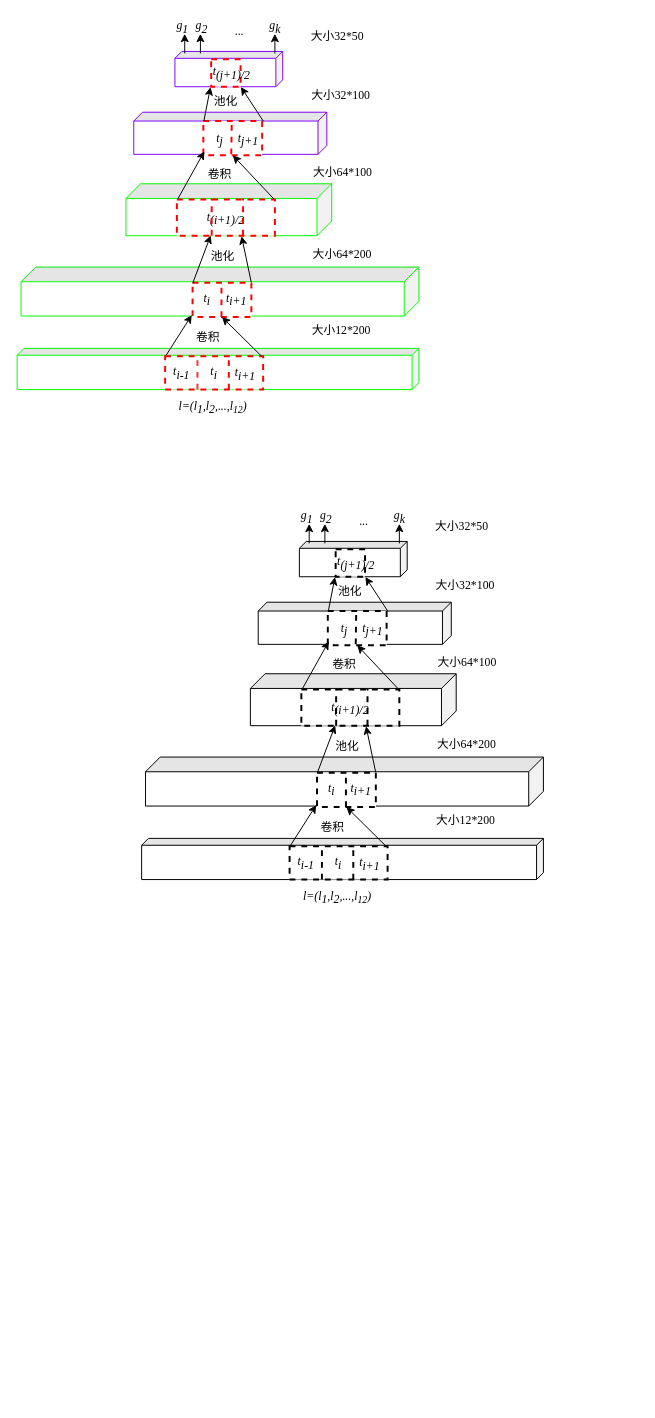
Before: 一维卷积.drawio in ByronGe/ff, a draw.io diagram. Source tidied: cells renumbered, new cells numbered last; positions are measured from the earlier drawing's top-left corner, leaving out a move shared by most shapes. Both pictures are drawn from the tidied source at 98%, with x=0, y=0 at pixel (17, 17).
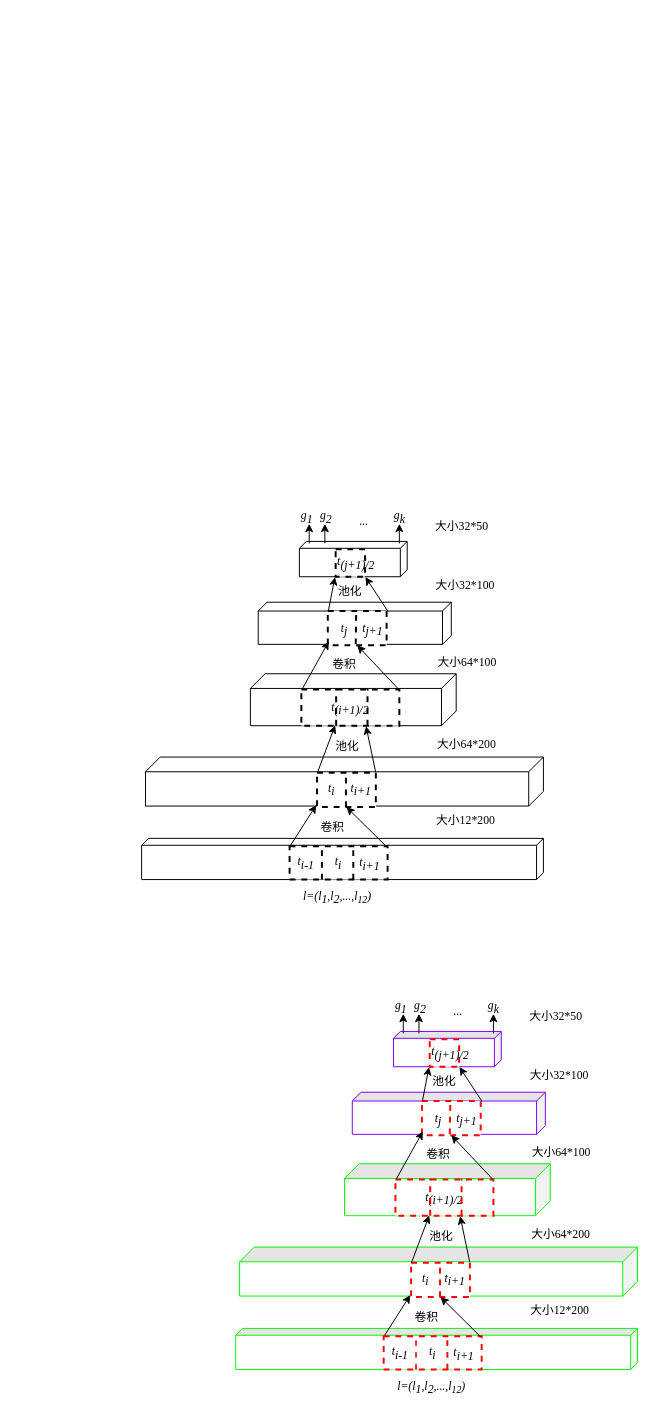
After the change.

Change to the diagram source:
```diff
@@
-    <mxCell id="2" style="shape=cube;whiteSpace=wrap;html=1;boundedLbl=1;backgroundOutline=1;darkOpacity=0.05;darkOpacity2=0.1;direction=south;size=7;fontFamily=Times New Roman;strokeColor=#000000;fontSize=12;" parent="1" vertex="1">
+    <mxCell id="2" style="shape=cube;whiteSpace=wrap;html=1;boundedLbl=1;backgroundOutline=1;darkOpacity=0;darkOpacity2=0;direction=south;size=7;fontFamily=Times New Roman;strokeColor=#000000;fontSize=12;" parent="1" vertex="1">
       <mxGeometry x="127" y="838" width="410" height="42" as="geometry" />
     </mxCell>
-    <mxCell id="3" style="shape=cube;whiteSpace=wrap;html=1;boundedLbl=1;backgroundOutline=1;darkOpacity=0.05;darkOpacity2=0.1;direction=south;size=15;fontFamily=Times New Roman;strokeColor=#000000;fontSize=12;" parent="1" vertex="1">
+    <mxCell id="3" style="shape=cube;whiteSpace=wrap;html=1;boundedLbl=1;backgroundOutline=1;darkOpacity=0;darkOpacity2=0;direction=south;size=15;fontFamily=Times New Roman;strokeColor=#000000;fontSize=12;" parent="1" vertex="1">
       <mxGeometry x="131" y="755" width="406" height="50" as="geometry" />
     </mxCell>
@@
-    <mxCell id="7" style="shape=cube;whiteSpace=wrap;html=1;boundedLbl=1;backgroundOutline=1;darkOpacity=0.05;darkOpacity2=0.1;direction=south;size=15;fontFamily=Times New Roman;fontSize=12;strokeColor=#000000;" parent="1" vertex="1">
+    <mxCell id="7" style="shape=cube;whiteSpace=wrap;html=1;boundedLbl=1;backgroundOutline=1;darkOpacity=0;darkOpacity2=0;direction=south;size=15;fontFamily=Times New Roman;fontSize=12;strokeColor=#000000;" parent="1" vertex="1">
       <mxGeometry x="238" y="670" width="210" height="53" as="geometry" />
     </mxCell>
@@
-    <mxCell id="21" style="shape=cube;whiteSpace=wrap;html=1;boundedLbl=1;backgroundOutline=1;darkOpacity=0.05;darkOpacity2=0.1;direction=south;size=9;fontFamily=Times New Roman;strokeColor=#000000;fontSize=12;" parent="1" vertex="1">
+    <mxCell id="21" style="shape=cube;whiteSpace=wrap;html=1;boundedLbl=1;backgroundOutline=1;darkOpacity=0;darkOpacity2=0;direction=south;size=9;fontFamily=Times New Roman;strokeColor=#000000;fontSize=12;" parent="1" vertex="1">
       <mxGeometry x="246" y="597" width="197" height="43" as="geometry" />
     </mxCell>
-    <mxCell id="22" style="shape=cube;whiteSpace=wrap;html=1;boundedLbl=1;backgroundOutline=1;darkOpacity=0.05;darkOpacity2=0.1;direction=south;size=7;fontFamily=Times New Roman;strokeColor=#000000;fontSize=12;" parent="1" vertex="1">
+    <mxCell id="22" style="shape=cube;whiteSpace=wrap;html=1;boundedLbl=1;backgroundOutline=1;darkOpacity=0;darkOpacity2=0;direction=south;size=7;fontFamily=Times New Roman;strokeColor=#000000;fontSize=12;" parent="1" vertex="1">
       <mxGeometry x="288" y="535" width="110" height="36" as="geometry" />
     </mxCell>
@@
     <mxCell id="50" style="shape=cube;whiteSpace=wrap;html=1;boundedLbl=1;backgroundOutline=1;darkOpacity=0.05;darkOpacity2=0.1;direction=south;size=7;fontFamily=Times New Roman;strokeColor=#00FF00;fontSize=12;" parent="1" vertex="1">
-      <mxGeometry y="338" width="410" height="42" as="geometry" />
+      <mxGeometry x="223" y="1338" width="410" height="42" as="geometry" />
     </mxCell>
     <mxCell id="51" style="shape=cube;whiteSpace=wrap;html=1;boundedLbl=1;backgroundOutline=1;darkOpacity=0.05;darkOpacity2=0.1;direction=south;size=15;fontFamily=Times New Roman;strokeColor=#00FF00;fontSize=12;" parent="1" vertex="1">
-      <mxGeometry x="4" y="255" width="406" height="50" as="geometry" />
+      <mxGeometry x="227" y="1255" width="406" height="50" as="geometry" />
     </mxCell>
@@
     <mxCell id="53" value="&lt;i style=&quot;font-size: 12px;&quot;&gt;t&lt;sub style=&quot;font-size: 12px;&quot;&gt;i&lt;/sub&gt;&lt;/i&gt;" style="rounded=0;whiteSpace=wrap;html=1;dashed=1;fontFamily=Times New Roman;fontSize=12;strokeColor=#FF0000;strokeWidth=2;" parent="1" vertex="1">
-      <mxGeometry x="151" y="346" width="100" height="34" as="geometry" />
+      <mxGeometry x="374" y="1346" width="100" height="34" as="geometry" />
     </mxCell>
     <mxCell id="54" value="&lt;font style=&quot;font-size: 12px;&quot;&gt;卷积&lt;/font&gt;" style="text;html=1;align=left;verticalAlign=top;spacingTop=-4;fontFamily=Times New Roman;fontSize=12;" parent="1" vertex="1">
-      <mxGeometry x="181" y="317" width="40" height="10" as="geometry" />
+      <mxGeometry x="404" y="1317" width="40" height="10" as="geometry" />
     </mxCell>
     <mxCell id="55" style="shape=cube;whiteSpace=wrap;html=1;boundedLbl=1;backgroundOutline=1;darkOpacity=0.05;darkOpacity2=0.1;direction=south;size=15;fontFamily=Times New Roman;fontSize=12;strokeColor=#00FF00;" parent="1" vertex="1">
-      <mxGeometry x="111" y="170" width="210" height="53" as="geometry" />
+      <mxGeometry x="334" y="1170" width="210" height="53" as="geometry" />
     </mxCell>
     <mxCell id="56" style="rounded=0;whiteSpace=wrap;html=1;dashed=1;fontFamily=Times New Roman;fontSize=12;strokeColor=#FF0000;strokeWidth=2;" parent="1" vertex="1">
-      <mxGeometry x="179" y="271" width="60" height="35" as="geometry" />
+      <mxGeometry x="402" y="1271" width="60" height="35" as="geometry" />
     </mxCell>
     <mxCell id="57" style="endArrow=none;dashed=1;html=1;fontFamily=Times New Roman;fontSize=12;strokeColor=#FF0000;strokeWidth=2;" parent="1" edge="1">
       <mxGeometry relative="1" as="geometry">
-        <mxPoint x="208.5" y="306" as="sourcePoint" />
-        <mxPoint x="208.5" y="271" as="targetPoint" />
+        <mxPoint x="431.5" y="1306" as="sourcePoint" />
+        <mxPoint x="431.5" y="1271" as="targetPoint" />
       </mxGeometry>
     </mxCell>
     <mxCell id="58" value="&lt;font style=&quot;font-size: 12px;&quot;&gt;池化&lt;/font&gt;" style="text;html=1;align=left;verticalAlign=top;spacingTop=-4;fontFamily=Times New Roman;fontSize=12;" parent="1" vertex="1">
-      <mxGeometry x="195.5" y="234" width="40" height="10" as="geometry" />
+      <mxGeometry x="418.5" y="1234" width="40" height="10" as="geometry" />
     </mxCell>
     <mxCell id="59" value="&lt;i style=&quot;font-size: 12px;&quot;&gt;t&lt;sub style=&quot;font-size: 12px;&quot;&gt;i-1&lt;/sub&gt;&lt;/i&gt;" style="text;html=1;strokeColor=none;fillColor=none;align=center;verticalAlign=middle;whiteSpace=wrap;rounded=0;dashed=1;fontFamily=Times New Roman;fontSize=12;" parent="1" vertex="1">
-      <mxGeometry x="147.5" y="353" width="40" height="20" as="geometry" />
+      <mxGeometry x="370.5" y="1353" width="40" height="20" as="geometry" />
     </mxCell>
     <mxCell id="60" value="&lt;i style=&quot;font-size: 12px;&quot;&gt;t&lt;sub style=&quot;font-size: 12px;&quot;&gt;i&lt;/sub&gt;&lt;/i&gt;" style="text;html=1;strokeColor=none;fillColor=none;align=center;verticalAlign=middle;whiteSpace=wrap;rounded=0;dashed=1;fontFamily=Times New Roman;fontSize=12;" parent="1" vertex="1">
-      <mxGeometry x="189" y="278" width="10" height="20" as="geometry" />
+      <mxGeometry x="412" y="1278" width="10" height="20" as="geometry" />
     </mxCell>
     <mxCell id="61" value="&lt;i style=&quot;font-size: 12px;&quot;&gt;t&lt;sub style=&quot;font-size: 12px;&quot;&gt;i+1&lt;/sub&gt;&lt;/i&gt;" style="text;html=1;strokeColor=none;fillColor=none;align=center;verticalAlign=middle;whiteSpace=wrap;rounded=0;dashed=1;fontFamily=Times New Roman;fontSize=12;" parent="1" vertex="1">
-      <mxGeometry x="219" y="278" width="10" height="20" as="geometry" />
+      <mxGeometry x="442" y="1278" width="10" height="20" as="geometry" />
     </mxCell>
     <mxCell id="62" value="&lt;font style=&quot;font-size: 12px&quot;&gt;&lt;font style=&quot;font-size: 12px&quot;&gt;&lt;i style=&quot;font-size: 12px&quot;&gt;&lt;span style=&quot;font-size: 12px&quot;&gt;&amp;nbsp;l=(l&lt;/span&gt;&lt;sub style=&quot;font-size: 12px&quot;&gt;1&lt;/sub&gt;&lt;span style=&quot;font-size: 12px&quot;&gt;,l&lt;/span&gt;&lt;sub style=&quot;font-size: 12px&quot;&gt;2&lt;/sub&gt;&lt;span style=&quot;font-size: 12px&quot;&gt;,...,l&lt;/span&gt;&lt;span style=&quot;font-size: 12px&quot;&gt;&lt;sub&gt;12&lt;/sub&gt;&lt;/span&gt;&lt;/i&gt;&lt;/font&gt;&lt;i style=&quot;font-size: 12px&quot;&gt;)&lt;/i&gt;&lt;/font&gt;" style="text;html=1;strokeColor=none;fillColor=none;align=center;verticalAlign=middle;whiteSpace=wrap;rounded=0;dashed=1;fontFamily=Times New Roman;fontSize=12;" parent="1" vertex="1">
-      <mxGeometry x="103.5" y="382" width="189" height="31" as="geometry" />
+      <mxGeometry x="326.5" y="1382" width="189" height="31" as="geometry" />
     </mxCell>
     <mxCell id="63" style="endArrow=none;dashed=1;html=1;entryX=0.3;entryY=0;entryDx=0;entryDy=0;entryPerimeter=0;exitX=0.307;exitY=1.035;exitDx=0;exitDy=0;exitPerimeter=0;fontFamily=Times New Roman;fontSize=12;strokeColor=#FF3333;strokeWidth=2;" parent="1" edge="1">
       <mxGeometry relative="1" as="geometry">
-        <mxPoint x="184" y="380" as="sourcePoint" />
-        <mxPoint x="184" y="345" as="targetPoint" />
+        <mxPoint x="407" y="1380" as="sourcePoint" />
+        <mxPoint x="407" y="1345" as="targetPoint" />
       </mxGeometry>
     </mxCell>
     <mxCell id="64" style="endArrow=none;dashed=1;html=1;entryX=0.3;entryY=0;entryDx=0;entryDy=0;entryPerimeter=0;fontFamily=Times New Roman;fontSize=12;strokeColor=#FF0000;strokeWidth=2;" parent="1" edge="1">
       <mxGeometry relative="1" as="geometry">
-        <mxPoint x="216" y="380" as="sourcePoint" />
-        <mxPoint x="216" y="345" as="targetPoint" />
+        <mxPoint x="439" y="1380" as="sourcePoint" />
+        <mxPoint x="439" y="1345" as="targetPoint" />
       </mxGeometry>
     </mxCell>
@@
     <mxCell id="68" value="&lt;i style=&quot;font-size: 12px;&quot;&gt;t&lt;sub style=&quot;font-size: 12px;&quot;&gt;i+1&lt;/sub&gt;&lt;/i&gt;" style="text;html=1;strokeColor=none;fillColor=none;align=center;verticalAlign=middle;whiteSpace=wrap;rounded=0;dashed=1;fontFamily=Times New Roman;fontSize=12;" parent="1" vertex="1">
-      <mxGeometry x="228" y="354" width="10" height="20" as="geometry" />
+      <mxGeometry x="451" y="1354" width="10" height="20" as="geometry" />
     </mxCell>
     <mxCell id="69" style="shape=cube;whiteSpace=wrap;html=1;boundedLbl=1;backgroundOutline=1;darkOpacity=0.05;darkOpacity2=0.1;direction=south;size=9;fontFamily=Times New Roman;strokeColor=#7F00FF;fontSize=12;" parent="1" vertex="1">
-      <mxGeometry x="119" y="97" width="197" height="43" as="geometry" />
+      <mxGeometry x="342" y="1097" width="197" height="43" as="geometry" />
     </mxCell>
     <mxCell id="70" style="shape=cube;whiteSpace=wrap;html=1;boundedLbl=1;backgroundOutline=1;darkOpacity=0.05;darkOpacity2=0.1;direction=south;size=7;fontFamily=Times New Roman;strokeColor=#7F00FF;fontSize=12;" parent="1" vertex="1">
-      <mxGeometry x="161" y="35" width="110" height="36" as="geometry" />
+      <mxGeometry x="384" y="1035" width="110" height="36" as="geometry" />
     </mxCell>
     <mxCell id="71" value="&lt;i style=&quot;font-size: 12px;&quot;&gt;t&lt;/i&gt;&lt;i style=&quot;font-size: 12px;&quot;&gt;&lt;sub style=&quot;font-size: 12px;&quot;&gt;(i+1)/2&lt;/sub&gt;&lt;/i&gt;" style="rounded=0;whiteSpace=wrap;html=1;dashed=1;fontFamily=Times New Roman;fontSize=12;strokeColor=#FF0000;strokeWidth=2;" parent="1" vertex="1">
-      <mxGeometry x="163" y="186" width="100" height="37" as="geometry" />
+      <mxGeometry x="386" y="1186" width="100" height="37" as="geometry" />
     </mxCell>
     <mxCell id="72" style="endArrow=none;dashed=1;html=1;entryX=0.3;entryY=0;entryDx=0;entryDy=0;entryPerimeter=0;exitX=0.307;exitY=1.035;exitDx=0;exitDy=0;exitPerimeter=0;fontFamily=Times New Roman;fontSize=12;strokeColor=#FF0000;strokeWidth=2;" parent="1" edge="1">
       <mxGeometry relative="1" as="geometry">
-        <mxPoint x="198.5" y="223" as="sourcePoint" />
-        <mxPoint x="198.5" y="185" as="targetPoint" />
+        <mxPoint x="421.5" y="1223" as="sourcePoint" />
+        <mxPoint x="421.5" y="1185" as="targetPoint" />
       </mxGeometry>
     </mxCell>
     <mxCell id="73" style="endArrow=none;dashed=1;html=1;entryX=0.3;entryY=0;entryDx=0;entryDy=0;entryPerimeter=0;exitX=0.307;exitY=1.035;exitDx=0;exitDy=0;exitPerimeter=0;fontFamily=Times New Roman;fontSize=12;strokeColor=#FF0000;strokeWidth=2;" parent="1" edge="1">
       <mxGeometry relative="1" as="geometry">
-        <mxPoint x="230.5" y="223" as="sourcePoint" />
-        <mxPoint x="230.5" y="185" as="targetPoint" />
+        <mxPoint x="453.5" y="1223" as="sourcePoint" />
+        <mxPoint x="453.5" y="1185" as="targetPoint" />
       </mxGeometry>
     </mxCell>
     <mxCell id="74" style="rounded=0;whiteSpace=wrap;html=1;dashed=1;fontFamily=Times New Roman;fontSize=12;strokeColor=#FF0000;strokeWidth=2;" parent="1" vertex="1">
-      <mxGeometry x="190" y="106" width="60" height="35" as="geometry" />
+      <mxGeometry x="413" y="1106" width="60" height="35" as="geometry" />
     </mxCell>
     <mxCell id="75" style="endArrow=none;dashed=1;html=1;exitX=0.307;exitY=1.035;exitDx=0;exitDy=0;exitPerimeter=0;fontFamily=Times New Roman;fontSize=12;strokeColor=#FF0000;strokeWidth=2;" parent="1" edge="1">
       <mxGeometry relative="1" as="geometry">
-        <mxPoint x="218.5" y="140" as="sourcePoint" />
-        <mxPoint x="219" y="105" as="targetPoint" />
+        <mxPoint x="441.5" y="1140" as="sourcePoint" />
+        <mxPoint x="442" y="1105" as="targetPoint" />
       </mxGeometry>
     </mxCell>
     <mxCell id="76" style="rounded=0;whiteSpace=wrap;html=1;dashed=1;fontFamily=Times New Roman;fontSize=12;strokeColor=#FF0000;strokeWidth=2;" parent="1" vertex="1">
-      <mxGeometry x="198" y="43" width="30" height="28" as="geometry" />
+      <mxGeometry x="421" y="1043" width="30" height="28" as="geometry" />
     </mxCell>
     <mxCell id="77" style="endArrow=classic;html=1;strokeColor=#000000;strokeWidth=1;fillColor=#ffffff;fontFamily=Times New Roman;fontSize=12;exitX=0.01;exitY=-0.017;exitDx=0;exitDy=0;exitPerimeter=0;" parent="1" edge="1" source="71">
       <mxGeometry relative="1" as="geometry">
-        <mxPoint x="191" y="137" as="targetPoint" />
+        <mxPoint x="414" y="1137" as="targetPoint" />
       </mxGeometry>
     </mxCell>
@@
     <mxCell id="81" value="&lt;font style=&quot;font-size: 12px;&quot;&gt;卷积&lt;/font&gt;" style="text;html=1;align=left;verticalAlign=top;spacingTop=-4;fontFamily=Times New Roman;fontSize=12;" parent="1" vertex="1">
-      <mxGeometry x="192.5" y="151" width="40" height="10" as="geometry" />
+      <mxGeometry x="415.5" y="1151" width="40" height="10" as="geometry" />
     </mxCell>
     <mxCell id="82" value="&lt;font style=&quot;font-size: 12px;&quot;&gt;池化&lt;/font&gt;" style="text;html=1;align=left;verticalAlign=top;spacingTop=-4;fontFamily=Times New Roman;fontSize=12;" parent="1" vertex="1">
-      <mxGeometry x="198.5" y="76" width="40" height="10" as="geometry" />
+      <mxGeometry x="421.5" y="1076" width="40" height="10" as="geometry" />
     </mxCell>
     <mxCell id="83" value="&lt;font style=&quot;font-size: 12px;&quot;&gt;大小64*200&lt;/font&gt;" style="text;html=1;strokeColor=none;fillColor=none;align=center;verticalAlign=middle;whiteSpace=wrap;rounded=0;shadow=0;glass=0;comic=0;labelBackgroundColor=none;fontFamily=Times New Roman;fontSize=12;" parent="1" vertex="1">
-      <mxGeometry x="301" y="224.5" width="62" height="35" as="geometry" />
+      <mxGeometry x="524" y="1224.5" width="62" height="35" as="geometry" />
     </mxCell>
     <mxCell id="84" value="&lt;i style=&quot;font-size: 12px;&quot;&gt;t&lt;sub style=&quot;font-size: 12px;&quot;&gt;j&lt;/sub&gt;&lt;/i&gt;" style="text;html=1;strokeColor=none;fillColor=none;align=center;verticalAlign=middle;whiteSpace=wrap;rounded=0;shadow=0;glass=0;comic=0;labelBackgroundColor=none;fontFamily=Times New Roman;fontSize=12;" parent="1" vertex="1">
-      <mxGeometry x="191.5" y="114.5" width="30" height="20" as="geometry" />
+      <mxGeometry x="414.5" y="1114.5" width="30" height="20" as="geometry" />
     </mxCell>
     <mxCell id="85" value="&lt;i style=&quot;font-size: 12px;&quot;&gt;t&lt;sub style=&quot;font-size: 12px;&quot;&gt;j+1&lt;/sub&gt;&lt;/i&gt;" style="text;html=1;strokeColor=none;fillColor=none;align=center;verticalAlign=middle;whiteSpace=wrap;rounded=0;shadow=0;glass=0;comic=0;labelBackgroundColor=none;fontFamily=Times New Roman;fontSize=12;" parent="1" vertex="1">
-      <mxGeometry x="215.5" y="114.5" width="40" height="20" as="geometry" />
+      <mxGeometry x="438.5" y="1114.5" width="40" height="20" as="geometry" />
     </mxCell>
     <mxCell id="86" value="&lt;i style=&quot;font-size: 12px;&quot;&gt;t&lt;sub style=&quot;font-size: 12px;&quot;&gt;(j+1)/2&lt;/sub&gt;&lt;/i&gt;" style="text;html=1;fontSize=12;fontFamily=Times New Roman;" parent="1" vertex="1">
-      <mxGeometry x="198" y="42" width="50" height="38" as="geometry" />
+      <mxGeometry x="421" y="1042" width="50" height="38" as="geometry" />
     </mxCell>
     <mxCell id="87" style="endArrow=classic;html=1;strokeColor=#000000;strokeWidth=1;fillColor=#ffffff;fontFamily=Times New Roman;fontSize=12;" parent="1" edge="1">
       <mxGeometry relative="1" as="geometry">
-        <mxPoint x="171" y="37" as="sourcePoint" />
-        <mxPoint x="171" y="17" as="targetPoint" />
+        <mxPoint x="394" y="1037" as="sourcePoint" />
+        <mxPoint x="394" y="1017" as="targetPoint" />
       </mxGeometry>
     </mxCell>
     <mxCell id="88" style="endArrow=classic;html=1;strokeColor=#000000;strokeWidth=1;fillColor=#ffffff;fontFamily=Times New Roman;fontSize=12;" parent="1" edge="1">
       <mxGeometry relative="1" as="geometry">
-        <mxPoint x="187" y="37" as="sourcePoint" />
-        <mxPoint x="187" y="17" as="targetPoint" />
+        <mxPoint x="410" y="1037" as="sourcePoint" />
+        <mxPoint x="410" y="1017" as="targetPoint" />
       </mxGeometry>
     </mxCell>
     <mxCell id="89" style="endArrow=classic;html=1;strokeColor=#000000;strokeWidth=1;fillColor=#ffffff;fontFamily=Times New Roman;fontSize=12;" parent="1" edge="1">
       <mxGeometry relative="1" as="geometry">
-        <mxPoint x="263" y="37" as="sourcePoint" />
-        <mxPoint x="263" y="17" as="targetPoint" />
+        <mxPoint x="486" y="1037" as="sourcePoint" />
+        <mxPoint x="486" y="1017" as="targetPoint" />
       </mxGeometry>
     </mxCell>
     <mxCell id="90" value="&lt;i style=&quot;font-size: 12px;&quot;&gt;g&lt;sub style=&quot;font-size: 12px;&quot;&gt;1&lt;/sub&gt;&lt;/i&gt;" style="text;html=1;strokeColor=none;fillColor=none;align=center;verticalAlign=middle;whiteSpace=wrap;rounded=0;shadow=0;glass=0;comic=0;labelBackgroundColor=none;fontFamily=Times New Roman;fontSize=12;" parent="1" vertex="1">
-      <mxGeometry x="154" width="30" height="20" as="geometry" />
+      <mxGeometry x="377" y="1000" width="30" height="20" as="geometry" />
     </mxCell>
     <mxCell id="91" value="&lt;i style=&quot;font-size: 12px;&quot;&gt;g&lt;sub style=&quot;font-size: 12px;&quot;&gt;2&lt;br style=&quot;font-size: 12px;&quot;&gt;&lt;/sub&gt;&lt;/i&gt;" style="text;html=1;strokeColor=none;fillColor=none;align=center;verticalAlign=middle;whiteSpace=wrap;rounded=0;shadow=0;glass=0;comic=0;labelBackgroundColor=none;fontFamily=Times New Roman;fontSize=12;" parent="1" vertex="1">
-      <mxGeometry x="179" width="19" height="20" as="geometry" />
+      <mxGeometry x="402" y="1000" width="19" height="20" as="geometry" />
     </mxCell>
     <mxCell id="92" value="&lt;i style=&quot;font-size: 12px;&quot;&gt;g&lt;sub style=&quot;font-size: 12px;&quot;&gt;k&lt;br style=&quot;font-size: 12px;&quot;&gt;&lt;/sub&gt;&lt;/i&gt;" style="text;html=1;strokeColor=none;fillColor=none;align=center;verticalAlign=middle;whiteSpace=wrap;rounded=0;shadow=0;glass=0;comic=0;labelBackgroundColor=none;fontFamily=Times New Roman;fontSize=12;" parent="1" vertex="1">
-      <mxGeometry x="254.5" width="17" height="20" as="geometry" />
+      <mxGeometry x="477.5" y="1000" width="17" height="20" as="geometry" />
     </mxCell>
     <mxCell id="93" value="&lt;font style=&quot;font-size: 12px;&quot;&gt;...&lt;/font&gt;" style="text;html=1;strokeColor=none;fillColor=none;align=center;verticalAlign=middle;whiteSpace=wrap;rounded=0;shadow=0;glass=0;comic=0;labelBackgroundColor=none;fontFamily=Times New Roman;fontSize=12;" parent="1" vertex="1">
-      <mxGeometry x="211.5" y="7" width="30" height="15" as="geometry" />
+      <mxGeometry x="434.5" y="1007" width="30" height="15" as="geometry" />
     </mxCell>
     <mxCell id="94" value="&lt;font style=&quot;font-size: 12px;&quot;&gt;大小12*200&lt;/font&gt;" style="text;html=1;fontSize=12;fontFamily=Times New Roman;" parent="1" vertex="1">
-      <mxGeometry x="299" y="306" width="68" height="25" as="geometry" />
+      <mxGeometry x="522" y="1306" width="68" height="25" as="geometry" />
     </mxCell>
     <mxCell id="95" value="&lt;font style=&quot;font-size: 12px;&quot;&gt;大小64*100&lt;/font&gt;" style="text;html=1;strokeColor=none;fillColor=none;align=center;verticalAlign=middle;whiteSpace=wrap;rounded=0;shadow=0;glass=0;comic=0;labelBackgroundColor=none;fontFamily=Times New Roman;fontSize=12;" parent="1" vertex="1">
-      <mxGeometry x="283.5" y="141" width="97" height="35" as="geometry" />
+      <mxGeometry x="506.5" y="1141" width="97" height="35" as="geometry" />
     </mxCell>
     <mxCell id="96" value="&lt;font style=&quot;font-size: 12px;&quot;&gt;大小32*100&lt;/font&gt;" style="text;html=1;strokeColor=none;fillColor=none;align=center;verticalAlign=middle;whiteSpace=wrap;rounded=0;shadow=0;glass=0;comic=0;labelBackgroundColor=none;fontFamily=Times New Roman;fontSize=12;" parent="1" vertex="1">
-      <mxGeometry x="281.5" y="62" width="97" height="35" as="geometry" />
+      <mxGeometry x="504.5" y="1062" width="97" height="35" as="geometry" />
     </mxCell>
     <mxCell id="97" value="&lt;font style=&quot;font-size: 12px;&quot;&gt;大小32*50&lt;/font&gt;" style="text;html=1;strokeColor=none;fillColor=none;align=center;verticalAlign=middle;whiteSpace=wrap;rounded=0;shadow=0;glass=0;comic=0;labelBackgroundColor=none;fontFamily=Times New Roman;fontSize=12;" parent="1" vertex="1">
-      <mxGeometry x="295.5" y="2.5" width="62" height="35" as="geometry" />
+      <mxGeometry x="518.5" y="1002.5" width="62" height="35" as="geometry" />
     </mxCell>
```
